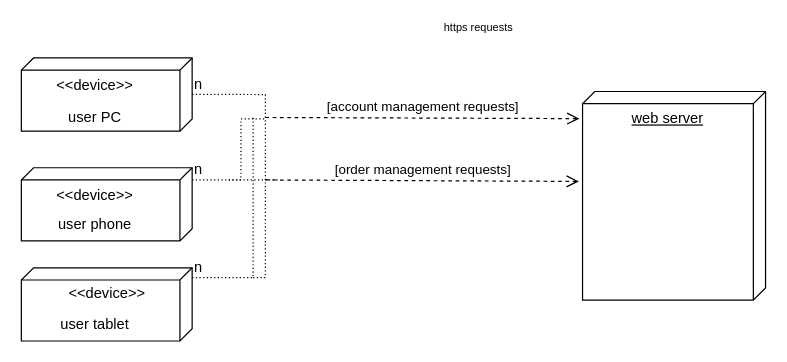
Before: deployment dia.drawio in nawrasfaour/OurFoodProj, a draw.io diagram. Source tidied: cells renumbered, new cells numbered last; positions are measured from the earlier drawing's top-left corner, leaving out a move shared by most shapes. Both pictures are drawn from the tidied source at 122%, with x=0, y=0 at pixel (21, 21).
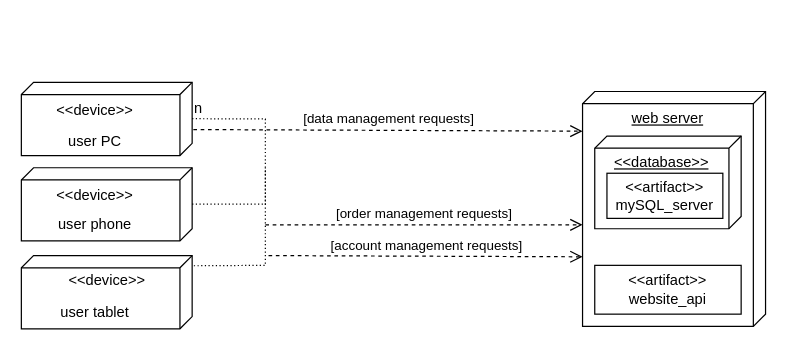
The same page after the edit.

Change to the diagram source:
```diff
@@
     <mxCell id="2" style="verticalAlign=top;align=center;spacingTop=8;spacingLeft=2;spacingRight=12;shape=cube;size=10;direction=south;fontStyle=4;html=1;whiteSpace=wrap;" parent="1" vertex="1">
-      <mxGeometry y="30" width="140" height="60" as="geometry" />
+      <mxGeometry y="50" width="140" height="60" as="geometry" />
     </mxCell>
@@
     <mxCell id="4" value="web server" style="verticalAlign=top;align=center;spacingTop=8;spacingLeft=2;spacingRight=12;shape=cube;size=10;direction=south;fontStyle=4;html=1;whiteSpace=wrap;" parent="1" vertex="1">
-      <mxGeometry x="460" y="57.5" width="150" height="171" as="geometry" />
+      <mxGeometry x="460" y="57.5" width="150" height="192.5" as="geometry" />
     </mxCell>
     <mxCell id="5" value="&amp;lt;&amp;lt;device&amp;gt;&amp;gt;" style="text;align=center;fontStyle=0;verticalAlign=middle;spacingLeft=3;spacingRight=3;strokeColor=none;html=1;" parent="1" vertex="1">
-      <mxGeometry x="20" y="40" width="80" height="26" as="geometry" />
+      <mxGeometry x="20" y="60" width="80" height="26" as="geometry" />
     </mxCell>
     <mxCell id="6" value="user PC" style="text;align=center;fontStyle=0;verticalAlign=middle;spacingLeft=3;spacingRight=3;strokeColor=none;html=1;" parent="1" vertex="1">
-      <mxGeometry x="20" y="66" width="80" height="26" as="geometry" />
+      <mxGeometry x="20" y="86" width="80" height="26" as="geometry" />
     </mxCell>
@@
     <mxCell id="9" style="verticalAlign=top;align=center;spacingTop=8;spacingLeft=2;spacingRight=12;shape=cube;size=10;direction=south;fontStyle=4;html=1;whiteSpace=wrap;" parent="1" vertex="1">
-      <mxGeometry y="202" width="140" height="60" as="geometry" />
+      <mxGeometry y="192" width="140" height="60" as="geometry" />
     </mxCell>
     <mxCell id="10" value="&amp;lt;&amp;lt;device&amp;gt;&amp;gt;" style="text;align=center;fontStyle=0;verticalAlign=middle;spacingLeft=3;spacingRight=3;strokeColor=none;html=1;" parent="1" vertex="1">
-      <mxGeometry x="30" y="210" width="80" height="26" as="geometry" />
+      <mxGeometry x="30" y="200" width="80" height="26" as="geometry" />
     </mxCell>
     <mxCell id="11" value="user tablet" style="text;align=center;fontStyle=0;verticalAlign=middle;spacingLeft=3;spacingRight=3;strokeColor=none;html=1;" parent="1" vertex="1">
-      <mxGeometry x="20" y="236" width="80" height="26" as="geometry" />
+      <mxGeometry x="20" y="226" width="80" height="26" as="geometry" />
     </mxCell>
-    <mxCell id="12" value="https requests" style="text;align=center;verticalAlign=middle;dashed=0;whiteSpace=wrap;fontSize=9;" parent="1" vertex="1">
-      <mxGeometry x="340" width="70" height="10" as="geometry" />
-    </mxCell>
-    <mxCell id="13" value="[account management requests]" style="endArrow=open;startArrow=none;endFill=0;startFill=0;endSize=8;html=1;verticalAlign=bottom;dashed=1;labelBackgroundColor=none;rounded=0;entryX=0.13;entryY=1.017;entryDx=0;entryDy=0;entryPerimeter=0;" parent="1" edge="1" target="4">
+    <mxCell id="13" value="[account management requests]" style="endArrow=open;startArrow=none;endFill=0;startFill=0;endSize=8;html=1;verticalAlign=bottom;dashed=1;labelBackgroundColor=none;rounded=0;entryX=0.13;entryY=1.017;entryDx=0;entryDy=0;entryPerimeter=0;" parent="1" edge="1">
       <mxGeometry relative="1" as="geometry">
-        <mxPoint x="200" y="78.8" as="sourcePoint" />
+        <mxPoint x="202.6" y="192" as="sourcePoint" />
+        <mxPoint x="460" y="193" as="targetPoint" />
       </mxGeometry>
     </mxCell>
     <mxCell id="14" style="endArrow=none;html=1;rounded=0;dashed=1;dashPattern=1 2;" parent="1" edge="1">
       <mxGeometry relative="1" as="geometry">
-        <mxPoint x="140" y="59.8" as="sourcePoint" />
-        <mxPoint x="200" y="130" as="targetPoint" />
+        <mxPoint x="140" y="79.8" as="sourcePoint" />
+        <mxPoint x="200" y="150" as="targetPoint" />
         <Array as="points">
-          <mxPoint x="200" y="60" />
+          <mxPoint x="200" y="80" />
         </Array>
       </mxGeometry>
     </mxCell>
@@
-    <mxCell id="17" style="endArrow=none;html=1;rounded=0;dashed=1;dashPattern=1 2;" parent="1" edge="1">
-      <mxGeometry relative="1" as="geometry">
-        <mxPoint x="140" y="130" as="sourcePoint" />
-        <mxPoint x="200" y="80" as="targetPoint" />
-        <Array as="points">
-          <mxPoint x="180" y="130" />
-          <mxPoint x="180" y="80" />
-        </Array>
-      </mxGeometry>
-    </mxCell>
-    <mxCell id="18" value="n" style="html=1;whiteSpace=wrap;align=left;verticalAlign=bottom;" parent="17" vertex="1">
-      <mxGeometry x="-1" relative="1" as="geometry" />
-    </mxCell>
-    <mxCell id="19" style="html=1;whiteSpace=wrap;align=right;verticalAlign=bottom;" parent="17" vertex="1">
-      <mxGeometry x="1" relative="1" as="geometry" />
-    </mxCell>
-    <mxCell id="20" style="endArrow=none;html=1;rounded=0;dashed=1;dashPattern=1 2;" parent="1" edge="1">
-      <mxGeometry relative="1" as="geometry">
-        <mxPoint x="140" y="210" as="sourcePoint" />
-        <mxPoint x="190" y="78.6" as="targetPoint" />
-        <Array as="points">
-          <mxPoint x="190" y="210" />
-          <mxPoint x="190" y="160" />
-        </Array>
-      </mxGeometry>
-    </mxCell>
-    <mxCell id="21" value="n" style="html=1;whiteSpace=wrap;align=left;verticalAlign=bottom;" parent="20" vertex="1">
-      <mxGeometry x="-1" relative="1" as="geometry" />
-    </mxCell>
-    <mxCell id="22" style="html=1;whiteSpace=wrap;align=right;verticalAlign=bottom;" parent="20" vertex="1">
-      <mxGeometry x="1" relative="1" as="geometry" />
-    </mxCell>
-    <mxCell id="23" style="endArrow=none;html=1;rounded=0;dashed=1;dashPattern=1 2;" parent="1" edge="1">
+    <mxCell id="23" style="endArrow=none;html=1;rounded=0;dashed=1;dashPattern=1 2;exitX=0.168;exitY=-0.011;exitDx=0;exitDy=0;exitPerimeter=0;" parent="1" edge="1">
       <mxGeometry relative="1" as="geometry">
-        <mxPoint x="170" y="130" as="sourcePoint" />
-        <mxPoint x="210" y="130" as="targetPoint" />
+        <mxPoint x="140" y="149.9" as="sourcePoint" />
+        <mxPoint x="198.5" y="149.9" as="targetPoint" />
       </mxGeometry>
     </mxCell>
@@
-    <mxCell id="25" style="endArrow=none;html=1;rounded=0;dashed=1;dashPattern=1 2;" parent="1" edge="1">
+    <mxCell id="25" style="endArrow=none;html=1;rounded=0;dashed=1;dashPattern=1 2;exitX=0.139;exitY=-0.01;exitDx=0;exitDy=0;exitPerimeter=0;" parent="1" edge="1" source="9">
       <mxGeometry relative="1" as="geometry">
-        <mxPoint x="190" y="210" as="sourcePoint" />
-        <mxPoint x="200" y="130" as="targetPoint" />
+        <mxPoint x="200" y="120" as="targetPoint" />
         <Array as="points">
-          <mxPoint x="200" y="210" />
+          <mxPoint x="200" y="200" />
         </Array>
       </mxGeometry>
     </mxCell>
@@
     <mxCell id="27" value="[order management requests]" style="endArrow=open;startArrow=none;endFill=0;startFill=0;endSize=8;html=1;verticalAlign=bottom;dashed=1;labelBackgroundColor=none;rounded=0;entryX=0.13;entryY=1.017;entryDx=0;entryDy=0;entryPerimeter=0;" parent="1" edge="1">
       <mxGeometry relative="1" as="geometry">
-        <mxPoint x="200" y="130" as="sourcePoint" />
-        <mxPoint x="457" y="131.2" as="targetPoint" />
+        <mxPoint x="200" y="166.8" as="sourcePoint" />
+        <mxPoint x="460" y="166.8" as="targetPoint" />
       </mxGeometry>
     </mxCell>
+    <mxCell id="28" value="[data management requests]" style="endArrow=open;startArrow=none;endFill=0;startFill=0;endSize=8;html=1;verticalAlign=bottom;dashed=1;labelBackgroundColor=none;rounded=0;entryX=0.13;entryY=1.017;entryDx=0;entryDy=0;entryPerimeter=0;exitX=0.645;exitY=-0.007;exitDx=0;exitDy=0;exitPerimeter=0;" parent="1" edge="1" source="2">
+      <mxGeometry relative="1" as="geometry">
+        <mxPoint x="460" y="90" as="targetPoint" />
+      </mxGeometry>
+    </mxCell>
+    <mxCell id="29" value="&amp;lt;&amp;lt;artifact&amp;gt;&amp;gt;&lt;br&gt;website_api" style="html=1;align=center;verticalAlign=middle;dashed=0;whiteSpace=wrap;" parent="1" vertex="1">
+      <mxGeometry x="470" y="200" width="120" height="40" as="geometry" />
+    </mxCell>
+    <mxCell id="30" value="&amp;lt;&amp;lt;database&amp;gt;&amp;gt;" style="verticalAlign=top;align=center;spacingTop=8;spacingLeft=2;spacingRight=12;shape=cube;size=10;direction=south;fontStyle=4;html=1;whiteSpace=wrap;" parent="1" vertex="1">
+      <mxGeometry x="470" y="94" width="120" height="76" as="geometry" />
+    </mxCell>
+    <mxCell id="31" value="&amp;lt;&amp;lt;artifact&amp;gt;&amp;gt;&lt;br&gt;mySQL_server" style="html=1;align=center;verticalAlign=middle;dashed=0;whiteSpace=wrap;labelPosition=center;verticalLabelPosition=middle;horizontal=1;" parent="1" vertex="1">
+      <mxGeometry x="480" y="124.5" width="95" height="37" as="geometry" />
+    </mxCell>
```
